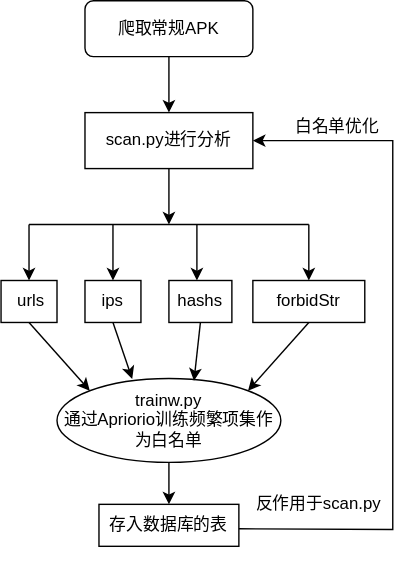
This is 模型.svg from Ech0zr/liuchengtu, a draw.io export, as it was before one commit. Source tidied: cells renumbered, new cells last; positions are measured from the earlier drawing's top-left corner, leaving out a move shared by most shapes.
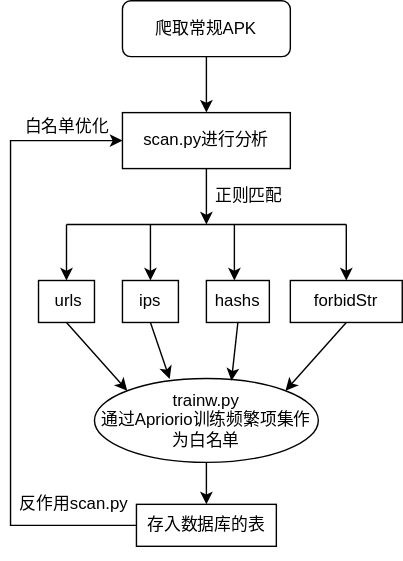
The same diagram one commit later.

The edit, as a diff of the source:
```diff
@@ -87,19 +87,22 @@
     <mxCell id="22" style="endArrow=classic;html=1;rounded=0;exitX=0.5;exitY=1;exitDx=0;exitDy=0;entryX=1;entryY=0;entryDx=0;entryDy=0;" parent="1" edge="1" source="11" target="16">
       <mxGeometry relative="1" as="geometry" />
     </mxCell>
-    <mxCell id="23" style="endArrow=classic;html=1;rounded=0;exitX=1;exitY=0.25;exitDx=0;exitDy=0;entryX=1;entryY=0.5;entryDx=0;entryDy=0;" parent="1" edge="1" source="13" target="4">
-      <mxGeometry relative="1" as="geometry">
-        <Array as="points">
-          <mxPoint x="280" y="378" />
-          <mxPoint x="280" y="100" />
-        </Array>
-      </mxGeometry>
-    </mxCell>
-    <mxCell id="24" value="&amp;nbsp;反作用于scan.py" style="text;html=1;align=center;verticalAlign=middle;strokeColor=none;fillColor=none;" parent="1" vertex="1">
-      <mxGeometry x="170" y="350" width="110" height="20" as="geometry" />
-    </mxCell>
+    <mxCell id="26" style="endArrow=classic;html=1;rounded=0;exitX=0;exitY=0.5;exitDx=0;exitDy=0;entryX=0;entryY=0.5;entryDx=0;entryDy=0;" parent="1" edge="1" source="18" target="4">
+      <mxGeometry relative="1" as="geometry">
+        <Array as="points">
+          <mxPoint x="-20" y="375" />
+          <mxPoint x="-20" y="100" />
+        </Array>
+      </mxGeometry>
+    </mxCell>
+    <mxCell id="27" value="反作用scan.py" style="text;html=1;align=center;verticalAlign=middle;strokeColor=none;fillColor=none;" parent="1" vertex="1">
+      <mxGeometry x="-20" y="350" width="90" height="20" as="geometry" />
+    </mxCell>
     <mxCell id="25" value="白名单优化" style="text;html=1;align=center;verticalAlign=middle;strokeColor=none;fillColor=none;" parent="1" vertex="1">
-      <mxGeometry x="200" y="80" width="80" height="20" as="geometry" />
+      <mxGeometry x="-20" y="80" width="80" height="20" as="geometry" />
     </mxCell>
+    <mxCell id="28" value="正则匹配" style="text;html=1;align=center;verticalAlign=middle;strokeColor=none;fillColor=none;" parent="1" vertex="1">
+      <mxGeometry x="120" y="130" width="60" height="20" as="geometry" />
+    </mxCell>
   </root>
 </mxGraphModel>
```
